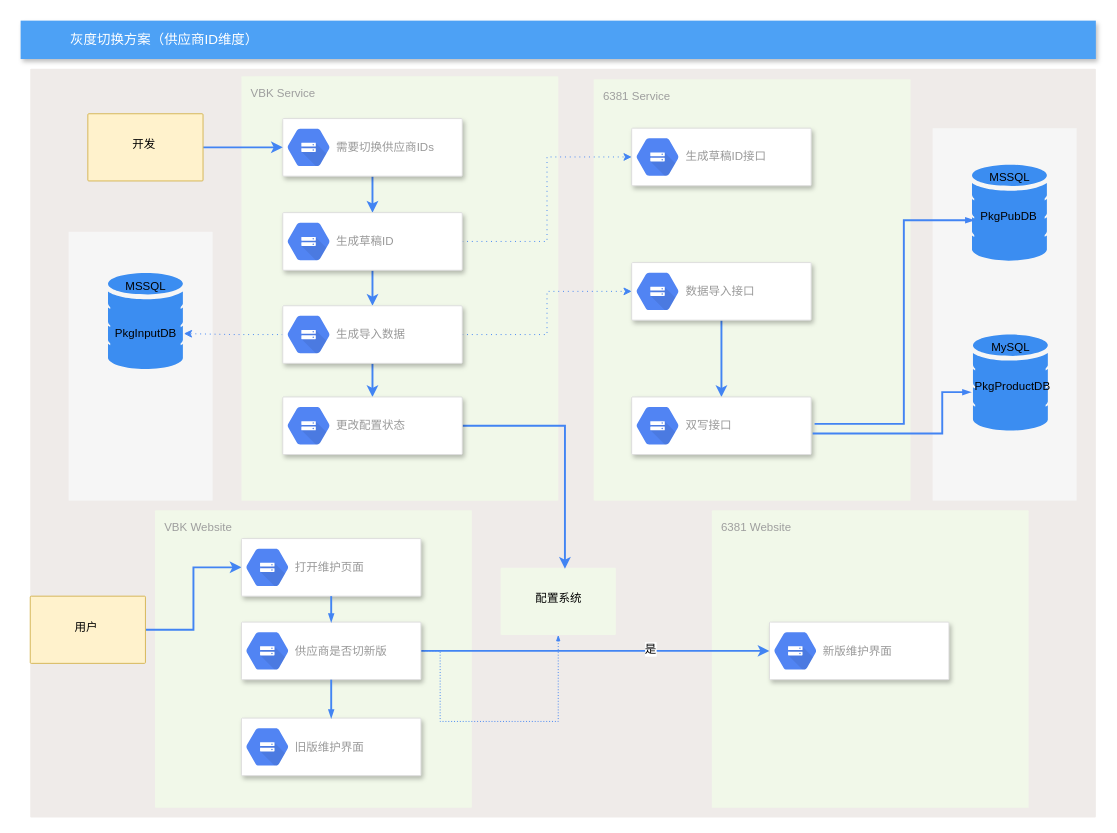
Before: 灰度切换方案.drawio in DevinDong/AI, a draw.io diagram. Source tidied: cells renumbered, new cells numbered last; positions are measured from the earlier drawing's top-left corner, leaving out a move shared by most shapes. Both pictures are drawn from the tidied source at 96%, with x=0, y=0 at pixel (20, 20).
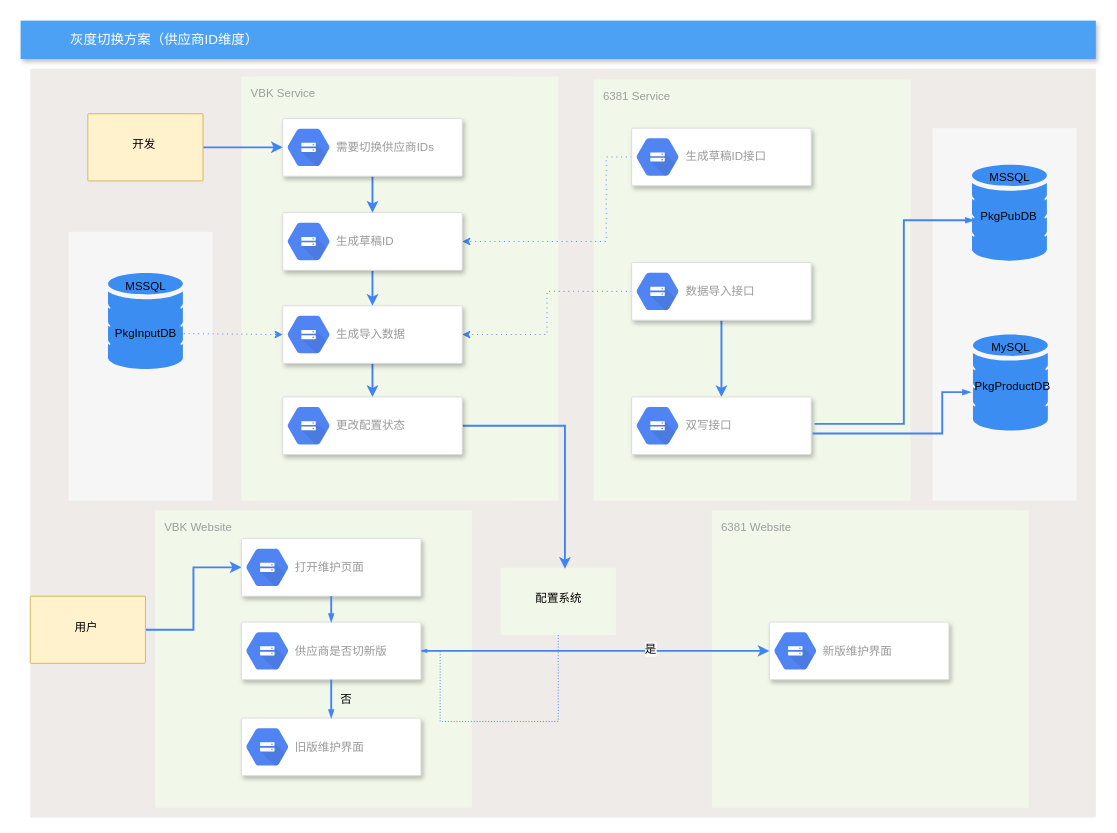
Above is the later version.

Commit message:
Update 灰度切换方案.drawio

Unchanged cells that the change refers to:
```xml
<mxCell id="11" value="&lt;font color=&quot;#000000&quot;&gt;&lt;br&gt;&amp;nbsp; &amp;nbsp; &amp;nbsp; &amp;nbsp; 配置系统&lt;/font&gt;" style="points=[[0,0,0],[0.25,0,0],[0.5,0,0],[0.75,0,0],[1,0,0],[1,0.25,0],[1,0.5,0],[1,0.75,0],[1,1,0],[0.75,1,0],[0.5,1,0],[0.25,1,0],[0,1,0],[0,0.75,0],[0,0.5,0],[0,0.25,0]];rounded=1;absoluteArcSize=1;arcSize=2;html=1;strokeColor=none;gradientColor=none;shadow=0;dashed=0;fontSize=12;fontColor=#9E9E9E;align=left;verticalAlign=top;spacing=10;spacingTop=-4;fillColor=#F1F8E9;" parent="1" vertex="1">
  <mxGeometry x="500" y="570" width="120" height="70" as="geometry" />
</mxCell>
<mxCell id="21" style="strokeColor=#dddddd;fillColor=#ffffff;shadow=1;strokeWidth=1;rounded=1;absoluteArcSize=1;arcSize=2;fontSize=17;fontColor=#000000;align=right;html=1;" parent="1" vertex="1">
  <mxGeometry x="273" y="200" width="187" height="60" as="geometry" />
</mxCell>
<mxCell id="26" style="strokeColor=#dddddd;fillColor=#ffffff;shadow=1;strokeWidth=1;rounded=1;absoluteArcSize=1;arcSize=2;fontSize=17;fontColor=#000000;align=right;html=1;" parent="1" vertex="1">
  <mxGeometry x="273" y="297" width="187" height="60" as="geometry" />
</mxCell>
<mxCell id="32" style="strokeColor=#dddddd;fillColor=#ffffff;shadow=1;strokeWidth=1;rounded=1;absoluteArcSize=1;arcSize=2;fontSize=17;fontColor=#000000;align=right;html=1;" parent="1" vertex="1">
  <mxGeometry x="636.5" y="112" width="187" height="60" as="geometry" />
</mxCell>
<mxCell id="35" style="strokeColor=#dddddd;fillColor=#ffffff;shadow=1;strokeWidth=1;rounded=1;absoluteArcSize=1;arcSize=2;fontSize=17;fontColor=#000000;align=right;html=1;" parent="1" vertex="1">
  <mxGeometry x="636.5" y="252" width="187" height="60" as="geometry" />
</mxCell>
<mxCell id="53" style="strokeColor=#dddddd;fillColor=#ffffff;shadow=1;strokeWidth=1;rounded=1;absoluteArcSize=1;arcSize=2;fontSize=17;fontColor=#000000;align=right;html=1;" parent="1" vertex="1">
  <mxGeometry x="230" y="626.5" width="187" height="60" as="geometry" />
</mxCell>
```

The edit, as a diff of the source:
```diff
@@
-    <mxCell id="20" style="edgeStyle=orthogonalEdgeStyle;rounded=0;jettySize=auto;html=1;entryX=0;entryY=0.5;entryDx=0;entryDy=0;strokeColor=#4284F3;strokeWidth=1;dashed=1;dashPattern=1 4;" parent="1" edge="1" source="21" target="32">
-      <mxGeometry relative="1" as="geometry" />
+    <mxCell id="20" style="edgeStyle=orthogonalEdgeStyle;rounded=0;jettySize=auto;html=1;strokeColor=#4284F3;strokeWidth=1;dashed=1;dashPattern=1 4;exitX=0;exitY=0.5;exitDx=0;exitDy=0;" parent="1" edge="1" source="32" target="21">
+      <mxGeometry relative="1" as="geometry">
+        <Array as="points">
+          <mxPoint x="610" y="142" />
+          <mxPoint x="610" y="230" />
+        </Array>
+      </mxGeometry>
     </mxCell>
@@
-    <mxCell id="23" style="edgeStyle=orthogonalEdgeStyle;rounded=0;jettySize=auto;html=1;strokeColor=#4284F3;strokeWidth=1;dashed=1;dashPattern=1 4;" parent="1" edge="1" source="26">
+    <mxCell id="23" style="edgeStyle=orthogonalEdgeStyle;rounded=0;jettySize=auto;html=1;strokeColor=#4284F3;strokeWidth=1;dashed=1;dashPattern=1 4;" parent="1" edge="1" target="26">
       <mxGeometry relative="1" as="geometry">
-        <mxPoint x="170" y="326" as="targetPoint" />
+        <mxPoint x="170" y="326" as="sourcePoint" />
       </mxGeometry>
     </mxCell>
-    <mxCell id="24" style="edgeStyle=orthogonalEdgeStyle;rounded=0;jettySize=auto;html=1;entryX=0;entryY=0.5;entryDx=0;entryDy=0;strokeColor=#4284F3;strokeWidth=1;dashed=1;dashPattern=1 4;" parent="1" edge="1" source="26" target="35">
+    <mxCell id="24" style="edgeStyle=orthogonalEdgeStyle;rounded=0;jettySize=auto;html=1;strokeColor=#4284F3;strokeWidth=1;dashed=1;dashPattern=1 4;exitX=0;exitY=0.5;exitDx=0;exitDy=0;" parent="1" edge="1" source="35" target="26">
       <mxGeometry relative="1" as="geometry" />
     </mxCell>
@@
-    <mxCell id="56" style="edgeStyle=orthogonalEdgeStyle;fontSize=12;html=1;endArrow=blockThin;endFill=1;rounded=0;strokeWidth=1;endSize=4;startSize=4;dashed=1;strokeColor=#4284F3;entryX=0.5;entryY=1;entryDx=0;entryDy=0;entryPerimeter=0;dashPattern=1 2;exitX=1;exitY=0.5;exitDx=0;exitDy=0;" parent="1" edge="1" source="53" target="11">
+    <mxCell id="56" style="edgeStyle=orthogonalEdgeStyle;fontSize=12;html=1;endArrow=blockThin;endFill=1;rounded=0;strokeWidth=1;endSize=4;startSize=4;dashed=1;strokeColor=#4284F3;entryX=1;entryY=0.5;entryDx=0;entryDy=0;dashPattern=1 2;exitX=0.5;exitY=1;exitDx=0;exitDy=0;exitPerimeter=0;" parent="1" edge="1" source="11" target="53">
       <mxGeometry relative="1" as="geometry">
         <Array as="points">
+          <mxPoint x="560" y="730" />
           <mxPoint x="437" y="730" />
-          <mxPoint x="560" y="730" />
         </Array>
       </mxGeometry>
     </mxCell>
@@
+    <mxCell id="62" value="否" style="text;html=1;align=center;verticalAlign=middle;fillColor=none;strokeColor=none;rounded=0;" parent="1" vertex="1">
+      <mxGeometry x="323.5" y="696.5" width="30" height="20" as="geometry" />
+    </mxCell>
```
